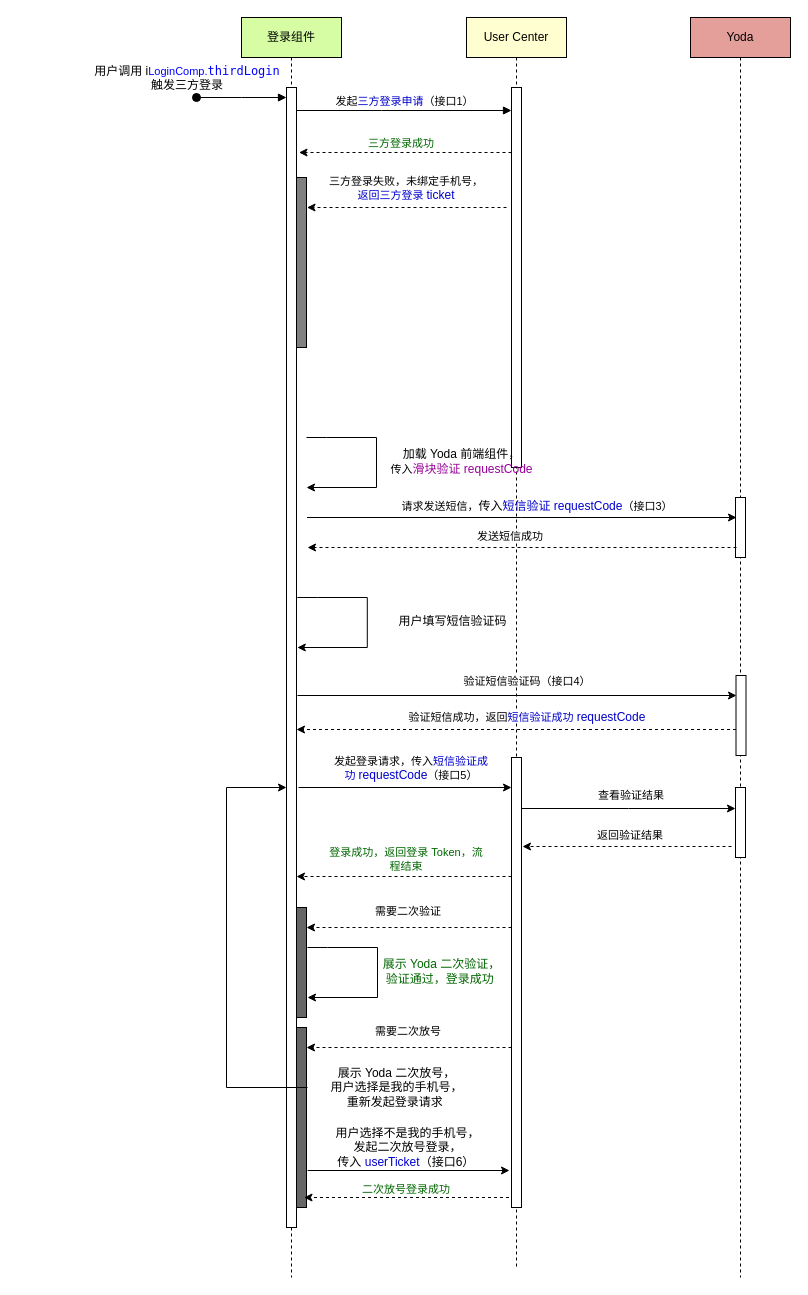
zhengjiaqi/draw keeps this draw.io diagram as src/account-third.drawio. Above is the earlier version. Source tidied: cells renumbered, new cells numbered last; positions are measured from the earlier drawing's top-left corner, leaving out a move shared by most shapes. Both pictures are drawn from the tidied source at 100%, with x=0, y=0 at pixel (16, 17).
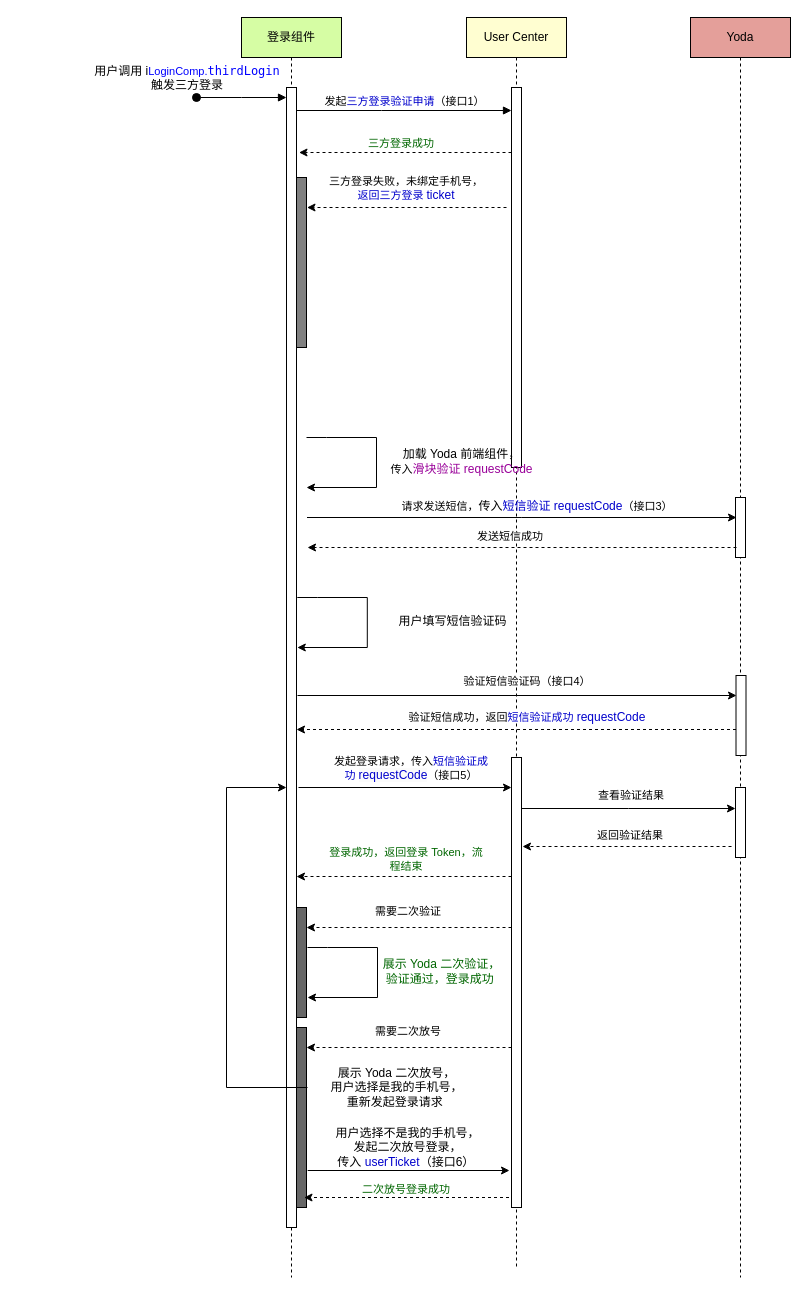
The same page after the edit.

What changed in the source:
```diff
@@
-    <mxCell id="11" value="发起&lt;font color=&quot;#0000cc&quot;&gt;三方登录申请&lt;/font&gt;（接口1）" style="html=1;verticalAlign=bottom;endArrow=block;edgeStyle=elbowEdgeStyle;elbow=horizontal;curved=0;rounded=0;" parent="1" edge="1">
+    <mxCell id="11" value="发起&lt;font color=&quot;#0000cc&quot;&gt;三方登录验证申请&lt;/font&gt;（接口1）" style="html=1;verticalAlign=bottom;endArrow=block;edgeStyle=elbowEdgeStyle;elbow=horizontal;curved=0;rounded=0;" parent="1" edge="1">
       <mxGeometry relative="1" as="geometry">
         <mxPoint x="280" y="93" as="sourcePoint" />
         <mxPoint x="495" y="93" as="targetPoint" />
         <Array as="points">
           <mxPoint x="365" y="93" />
         </Array>
       </mxGeometry>
     </mxCell>
```
